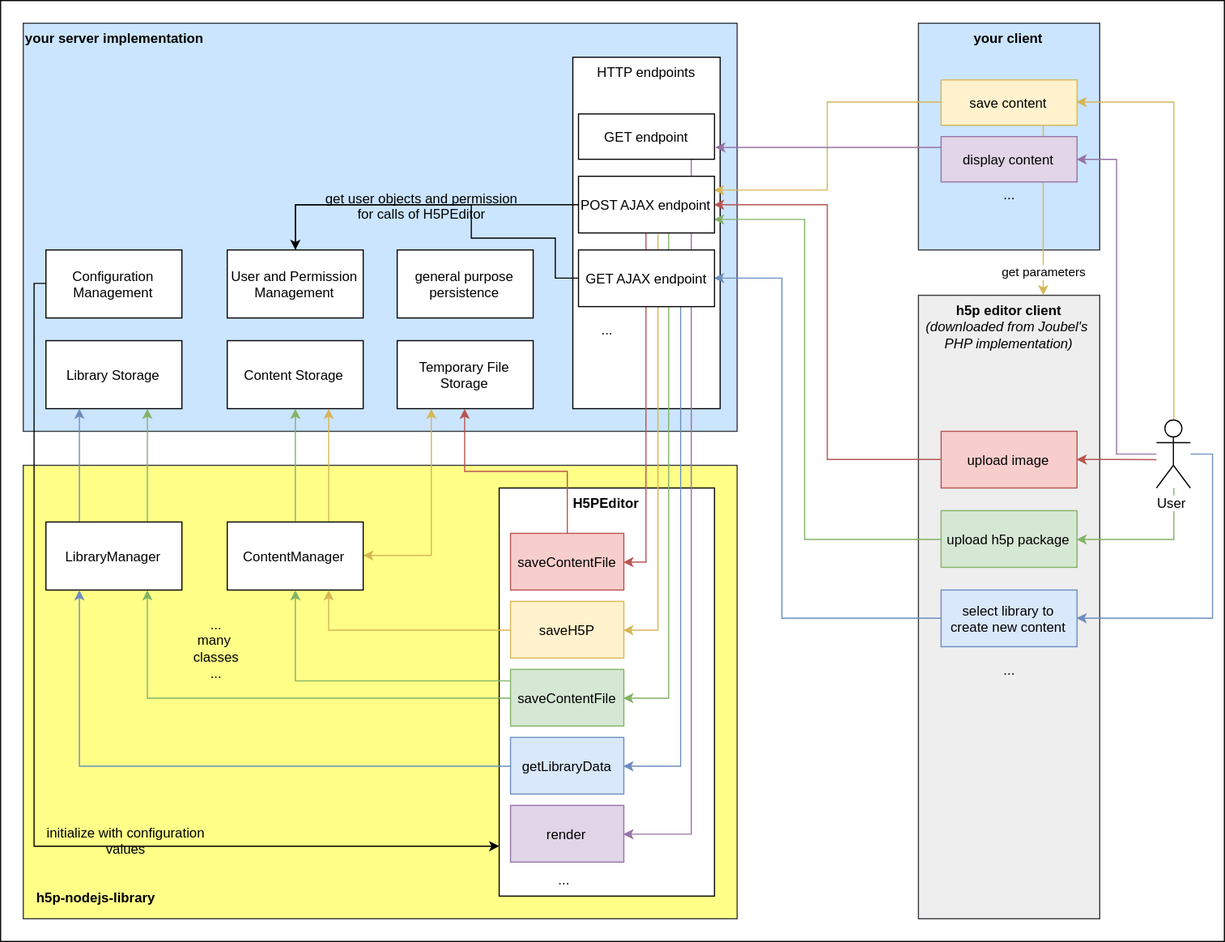
Before: docs/editor-architecture.svg, a diagram exported from draw.io (Lumieducation/H5P-Nodejs-library). Source tidied: cells renumbered, new cells last; positions are measured from the earlier drawing's top-left corner, leaving out a move shared by most shapes.
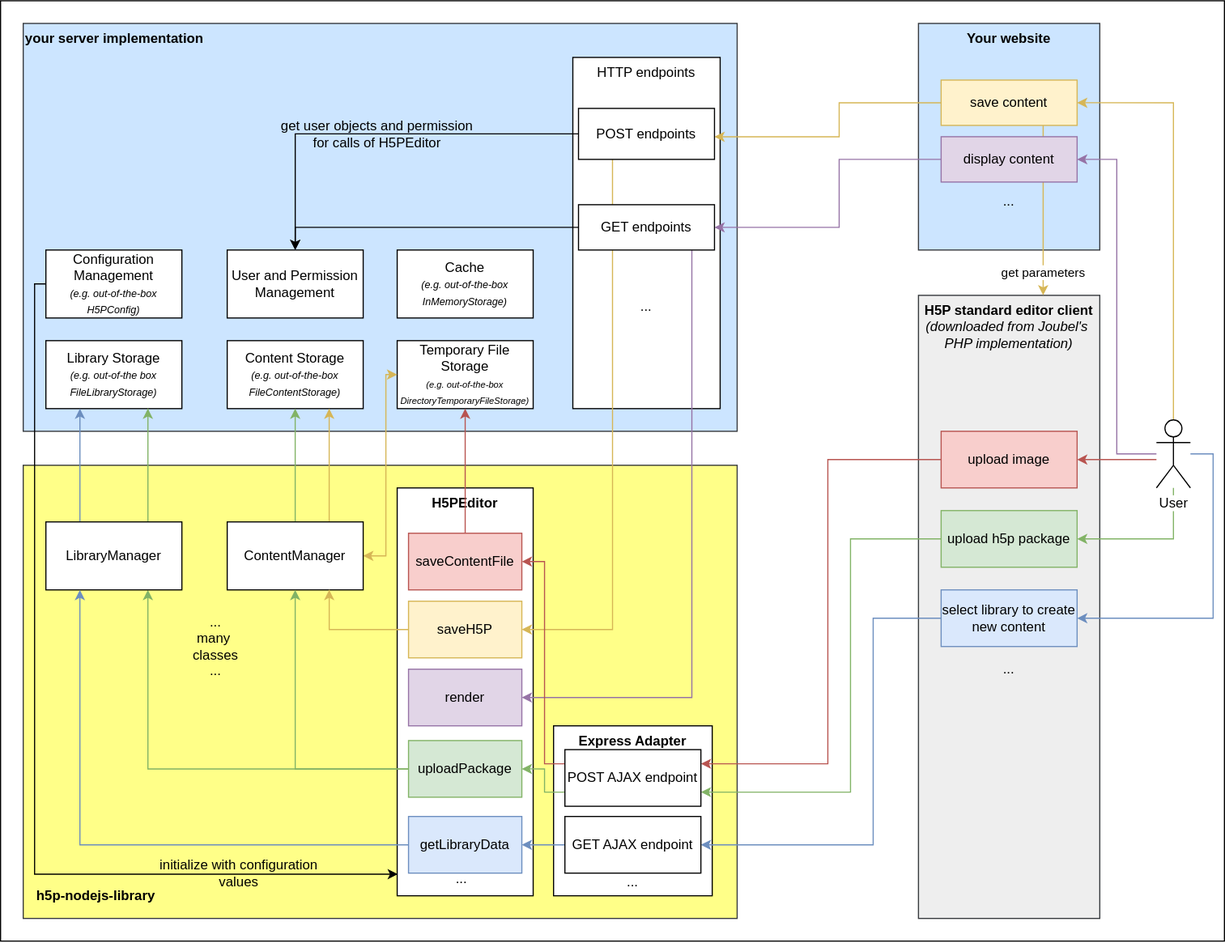
The same diagram one commit later.

The edit, as a diff of the source:
```diff
@@ -7,3 +7,9 @@
     </mxCell>
+    <mxCell id="5" style="rounded=0;whiteSpace=wrap;html=1;fillColor=#ffff88;strokeColor=#36393d;" parent="1" vertex="1">
+      <mxGeometry x="20" y="410" width="630" height="400" as="geometry" />
+    </mxCell>
+    <mxCell id="68" value="&lt;b&gt;Express Adapter&lt;/b&gt;" style="rounded=0;whiteSpace=wrap;html=1;align=center;verticalAlign=top;" parent="1" vertex="1">
+      <mxGeometry x="488" y="640" width="140" height="150" as="geometry" />
+    </mxCell>
-    <mxCell id="3" value="&lt;b&gt;h5p editor client&lt;/b&gt;&lt;br&gt;&lt;i&gt;(downloaded from Joubel's&amp;nbsp;&lt;br&gt;PHP implementation)&lt;/i&gt;" style="rounded=0;whiteSpace=wrap;html=1;align=center;verticalAlign=top;fillColor=#eeeeee;strokeColor=#36393d;" parent="1" vertex="1">
+    <mxCell id="3" value="&lt;b&gt;H5P standard editor client&lt;/b&gt;&lt;br&gt;&lt;i&gt;(downloaded from Joubel's&amp;nbsp;&lt;br&gt;PHP implementation)&lt;/i&gt;" style="rounded=0;whiteSpace=wrap;html=1;align=center;verticalAlign=top;fillColor=#eeeeee;strokeColor=#36393d;" parent="1" vertex="1">
       <mxGeometry x="810" y="260" width="160" height="550" as="geometry" />
@@ -13,5 +19,2 @@
     </mxCell>
-    <mxCell id="5" style="rounded=0;whiteSpace=wrap;html=1;fillColor=#ffff88;strokeColor=#36393d;" parent="1" vertex="1">
-      <mxGeometry x="20" y="410" width="630" height="400" as="geometry" />
-    </mxCell>
     <mxCell id="6" value="&lt;b&gt;h5p-nodejs-library&lt;/b&gt;" style="text;html=1;strokeColor=none;fillColor=none;align=left;verticalAlign=middle;whiteSpace=wrap;rounded=0;" parent="1" vertex="1">
@@ -19,12 +22,12 @@
     </mxCell>
-    <mxCell id="7" value="Library Storage" style="rounded=0;whiteSpace=wrap;html=1;" parent="1" vertex="1">
+    <mxCell id="7" value="Library Storage&lt;br&gt;&lt;i&gt;&lt;font style=&quot;font-size: 9px&quot;&gt;(e.g. out-of-the box FileLibraryStorage)&lt;/font&gt;&lt;/i&gt;" style="rounded=0;whiteSpace=wrap;html=1;" parent="1" vertex="1">
       <mxGeometry x="40" y="300" width="120" height="60" as="geometry" />
     </mxCell>
-    <mxCell id="8" value="Content Storage" style="rounded=0;whiteSpace=wrap;html=1;" parent="1" vertex="1">
+    <mxCell id="8" value="Content Storage&lt;br&gt;&lt;i&gt;&lt;font style=&quot;font-size: 9px&quot;&gt;(e.g. out-of-the-box FileContentStorage)&lt;/font&gt;&lt;/i&gt;" style="rounded=0;whiteSpace=wrap;html=1;" parent="1" vertex="1">
       <mxGeometry x="200" y="300" width="120" height="60" as="geometry" />
     </mxCell>
-    <mxCell id="9" value="Temporary File Storage" style="rounded=0;whiteSpace=wrap;html=1;" parent="1" vertex="1">
+    <mxCell id="9" value="Temporary File Storage &lt;br&gt;&lt;i&gt;&lt;font style=&quot;font-size: 8px&quot;&gt;(e.g. out-of-the-box DirectoryTemporaryFileStorage)&lt;/font&gt;&lt;/i&gt;" style="rounded=0;whiteSpace=wrap;html=1;" parent="1" vertex="1">
       <mxGeometry x="350" y="300" width="120" height="60" as="geometry" />
     </mxCell>
-    <mxCell id="10" style="edgeStyle=orthogonalEdgeStyle;rounded=0;jettySize=auto;html=1;entryX=-0.001;entryY=0.877;entryDx=0;entryDy=0;entryPerimeter=0;startArrow=none;startFill=0;" parent="1" edge="1" source="12" target="25">
+    <mxCell id="10" style="edgeStyle=orthogonalEdgeStyle;rounded=0;jettySize=auto;html=1;entryX=0.005;entryY=0.947;entryDx=0;entryDy=0;entryPerimeter=0;startArrow=none;startFill=0;" parent="1" edge="1" source="12" target="25">
       <mxGeometry relative="1" as="geometry">
@@ -32,3 +35,3 @@
           <mxPoint x="30" y="250" />
-          <mxPoint x="30" y="746" />
+          <mxPoint x="30" y="771" />
         </Array>
@@ -38,6 +41,6 @@
       <mxGeometry x="0.16" y="3" relative="1" as="geometry">
-        <mxPoint x="53" y="-3" as="offset" />
+        <mxPoint x="177" y="34" as="offset" />
       </mxGeometry>
     </mxCell>
-    <mxCell id="12" value="Configuration Management" style="rounded=0;whiteSpace=wrap;html=1;align=center;" parent="1" vertex="1">
+    <mxCell id="12" value="Configuration Management&lt;br&gt;&lt;font style=&quot;font-size: 9px&quot;&gt;&lt;i&gt;(e.g. out-of-the-box H5PConfig)&lt;/i&gt;&lt;/font&gt;" style="rounded=0;whiteSpace=wrap;html=1;align=center;" parent="1" vertex="1">
       <mxGeometry x="40" y="220" width="120" height="60" as="geometry" />
@@ -47,3 +50,3 @@
     </mxCell>
-    <mxCell id="14" value="general purpose persistence" style="rounded=0;whiteSpace=wrap;html=1;align=center;" parent="1" vertex="1">
+    <mxCell id="14" value="Cache&lt;br&gt;&lt;font style=&quot;font-size: 9px&quot;&gt;&lt;i&gt;(e.g. out-of-the-box InMemoryStorage)&lt;/i&gt;&lt;/font&gt;" style="rounded=0;whiteSpace=wrap;html=1;align=center;" parent="1" vertex="1">
       <mxGeometry x="350" y="220" width="120" height="60" as="geometry" />
@@ -53,3 +56,3 @@
     </mxCell>
-    <mxCell id="16" value="&lt;b&gt;your client&lt;/b&gt;" style="rounded=0;whiteSpace=wrap;html=1;align=center;verticalAlign=top;fillColor=#cce5ff;strokeColor=#36393d;" parent="1" vertex="1">
+    <mxCell id="16" value="&lt;b&gt;Your website&lt;/b&gt;" style="rounded=0;whiteSpace=wrap;html=1;align=center;verticalAlign=top;fillColor=#cce5ff;strokeColor=#36393d;" parent="1" vertex="1">
       <mxGeometry x="810" y="20" width="160" height="200" as="geometry" />
@@ -85,3 +88,3 @@
     </mxCell>
-    <mxCell id="23" style="edgeStyle=orthogonalEdgeStyle;rounded=0;jettySize=auto;html=1;exitX=0;exitY=0.5;exitDx=0;exitDy=0;fillColor=#f8cecc;strokeColor=#b85450;entryX=1;entryY=0.5;entryDx=0;entryDy=0;" parent="1" edge="1" source="24" target="61">
+    <mxCell id="23" style="edgeStyle=orthogonalEdgeStyle;rounded=0;jettySize=auto;html=1;exitX=0;exitY=0.5;exitDx=0;exitDy=0;fillColor=#f8cecc;strokeColor=#b85450;entryX=1;entryY=0.25;entryDx=0;entryDy=0;" parent="1" edge="1" source="24" target="72">
       <mxGeometry relative="1" as="geometry">
@@ -89,3 +92,3 @@
           <mxPoint x="730" y="405" />
-          <mxPoint x="730" y="180" />
+          <mxPoint x="730" y="673" />
         </Array>
@@ -97,3 +100,3 @@
     <mxCell id="25" value="&lt;b&gt;H5PEditor&lt;/b&gt;" style="rounded=0;whiteSpace=wrap;html=1;align=center;verticalAlign=top;" parent="1" vertex="1">
-      <mxGeometry x="440" y="430" width="190" height="360" as="geometry" />
+      <mxGeometry x="350" y="430" width="120" height="360" as="geometry" />
     </mxCell>
@@ -103,15 +106,8 @@
     <mxCell id="27" value="saveContentFile" style="rounded=0;whiteSpace=wrap;html=1;align=center;fillColor=#f8cecc;strokeColor=#b85450;" parent="1" vertex="1">
-      <mxGeometry x="450" y="470" width="100" height="50" as="geometry" />
+      <mxGeometry x="360" y="470" width="100" height="50" as="geometry" />
     </mxCell>
-    <mxCell id="28" style="edgeStyle=orthogonalEdgeStyle;rounded=0;jettySize=auto;html=1;entryX=1;entryY=0.5;entryDx=0;entryDy=0;fillColor=#f8cecc;strokeColor=#b85450;exitX=0.5;exitY=1;exitDx=0;exitDy=0;" parent="1" edge="1" source="61" target="27">
-      <mxGeometry relative="1" as="geometry">
-        <Array as="points">
-          <mxPoint x="570" y="495" />
-        </Array>
-      </mxGeometry>
-    </mxCell>
-    <mxCell id="29" style="edgeStyle=orthogonalEdgeStyle;rounded=0;jettySize=auto;html=1;exitX=0.582;exitY=1.016;exitDx=0;exitDy=0;entryX=1;entryY=0.5;entryDx=0;entryDy=0;fillColor=#fff2cc;strokeColor=#d6b656;exitPerimeter=0;" parent="1" edge="1" source="61" target="38">
+    <mxCell id="29" style="edgeStyle=orthogonalEdgeStyle;rounded=0;jettySize=auto;html=1;exitX=0.25;exitY=1;exitDx=0;exitDy=0;entryX=1;entryY=0.5;entryDx=0;entryDy=0;fillColor=#fff2cc;strokeColor=#d6b656;" parent="1" edge="1" source="61" target="38">
       <mxGeometry relative="1" as="geometry">
         <Array as="points">
-          <mxPoint x="580" y="555" />
+          <mxPoint x="540" y="555" />
         </Array>
@@ -119,9 +115,2 @@
     </mxCell>
-    <mxCell id="30" style="edgeStyle=orthogonalEdgeStyle;rounded=0;jettySize=auto;html=1;entryX=1;entryY=0.5;entryDx=0;entryDy=0;startArrow=none;startFill=0;fillColor=#d5e8d4;strokeColor=#82b366;" parent="1" edge="1" source="61" target="46">
-      <mxGeometry relative="1" as="geometry">
-        <Array as="points">
-          <mxPoint x="590" y="615" />
-        </Array>
-      </mxGeometry>
-    </mxCell>
     <mxCell id="31" style="edgeStyle=orthogonalEdgeStyle;rounded=0;jettySize=auto;html=1;startArrow=none;startFill=0;" parent="1" edge="1" source="61" target="13">
@@ -137,4 +126,9 @@
     </mxCell>
-    <mxCell id="34" style="edgeStyle=orthogonalEdgeStyle;rounded=0;jettySize=auto;html=1;entryX=0.25;entryY=1;entryDx=0;entryDy=0;fillColor=#fff2cc;strokeColor=#d6b656;startArrow=classic;startFill=1;" parent="1" edge="1" source="36" target="9">
-      <mxGeometry relative="1" as="geometry" />
+    <mxCell id="34" style="edgeStyle=orthogonalEdgeStyle;rounded=0;jettySize=auto;html=1;entryX=0;entryY=0.5;entryDx=0;entryDy=0;fillColor=#fff2cc;strokeColor=#d6b656;startArrow=classic;startFill=1;" parent="1" edge="1" source="36" target="9">
+      <mxGeometry relative="1" as="geometry">
+        <Array as="points">
+          <mxPoint x="340" y="490" />
+          <mxPoint x="340" y="330" />
+        </Array>
+      </mxGeometry>
     </mxCell>
@@ -156,6 +150,11 @@
     <mxCell id="38" value="saveH5P" style="rounded=0;whiteSpace=wrap;html=1;align=center;fillColor=#fff2cc;strokeColor=#d6b656;" parent="1" vertex="1">
-      <mxGeometry x="450" y="530" width="100" height="50" as="geometry" />
+      <mxGeometry x="360" y="530" width="100" height="50" as="geometry" />
     </mxCell>
-    <mxCell id="39" style="edgeStyle=orthogonalEdgeStyle;rounded=0;jettySize=auto;html=1;entryX=1;entryY=0.25;entryDx=0;entryDy=0;fillColor=#fff2cc;strokeColor=#d6b656;" parent="1" edge="1" source="41" target="61">
-      <mxGeometry relative="1" as="geometry" />
+    <mxCell id="39" style="edgeStyle=orthogonalEdgeStyle;rounded=0;jettySize=auto;html=1;fillColor=#fff2cc;strokeColor=#d6b656;" parent="1" edge="1" source="41" target="61">
+      <mxGeometry relative="1" as="geometry">
+        <Array as="points">
+          <mxPoint x="740" y="90" />
+          <mxPoint x="740" y="120" />
+        </Array>
+      </mxGeometry>
     </mxCell>
@@ -172,7 +171,7 @@
     </mxCell>
-    <mxCell id="42" style="edgeStyle=orthogonalEdgeStyle;rounded=0;jettySize=auto;html=1;entryX=1;entryY=0.75;entryDx=0;entryDy=0;startArrow=none;startFill=0;fillColor=#d5e8d4;strokeColor=#82b366;" parent="1" edge="1" source="43" target="61">
+    <mxCell id="42" style="edgeStyle=orthogonalEdgeStyle;rounded=0;jettySize=auto;html=1;entryX=1;entryY=0.75;entryDx=0;entryDy=0;startArrow=none;startFill=0;fillColor=#d5e8d4;strokeColor=#82b366;" parent="1" edge="1" source="43" target="72">
       <mxGeometry relative="1" as="geometry">
         <Array as="points">
-          <mxPoint x="710" y="475" />
-          <mxPoint x="710" y="193" />
+          <mxPoint x="750" y="475" />
+          <mxPoint x="750" y="698" />
         </Array>
@@ -186,6 +185,6 @@
     </mxCell>
-    <mxCell id="45" style="edgeStyle=orthogonalEdgeStyle;rounded=0;jettySize=auto;html=1;entryX=0.5;entryY=1;entryDx=0;entryDy=0;startArrow=none;startFill=0;fillColor=#d5e8d4;strokeColor=#82b366;" parent="1" edge="1" source="46" target="36">
+    <mxCell id="45" style="edgeStyle=orthogonalEdgeStyle;rounded=0;jettySize=auto;html=1;entryX=0.5;entryY=1;entryDx=0;entryDy=0;startArrow=none;startFill=0;fillColor=#d5e8d4;strokeColor=#82b366;exitX=0;exitY=0.5;exitDx=0;exitDy=0;" parent="1" edge="1" source="46" target="36">
       <mxGeometry relative="1" as="geometry">
         <Array as="points">
-          <mxPoint x="260" y="600" />
+          <mxPoint x="260" y="678" />
         </Array>
@@ -193,4 +192,4 @@
     </mxCell>
-    <mxCell id="46" value="saveContentFile" style="rounded=0;whiteSpace=wrap;html=1;align=center;fillColor=#d5e8d4;strokeColor=#82b366;" parent="1" vertex="1">
-      <mxGeometry x="450" y="590" width="100" height="50" as="geometry" />
+    <mxCell id="46" value="uploadPackage" style="rounded=0;whiteSpace=wrap;html=1;align=center;fillColor=#d5e8d4;strokeColor=#82b366;" parent="1" vertex="1">
+      <mxGeometry x="360" y="653" width="100" height="50" as="geometry" />
     </mxCell>
@@ -218,4 +217,4 @@
         <Array as="points">
-          <mxPoint x="690" y="545" />
-          <mxPoint x="690" y="245" />
+          <mxPoint x="770" y="545" />
+          <mxPoint x="770" y="745" />
         </Array>
@@ -226,9 +225,2 @@
     </mxCell>
-    <mxCell id="52" style="edgeStyle=orthogonalEdgeStyle;rounded=0;jettySize=auto;html=1;entryX=1;entryY=0.5;entryDx=0;entryDy=0;startArrow=none;startFill=0;fillColor=#dae8fc;strokeColor=#6c8ebf;" parent="1" edge="1" source="62" target="54">
-      <mxGeometry relative="1" as="geometry">
-        <Array as="points">
-          <mxPoint x="600" y="675" />
-        </Array>
-      </mxGeometry>
-    </mxCell>
     <mxCell id="53" style="edgeStyle=orthogonalEdgeStyle;rounded=0;jettySize=auto;html=1;entryX=0.25;entryY=1;entryDx=0;entryDy=0;startArrow=none;startFill=0;fillColor=#dae8fc;strokeColor=#6c8ebf;" parent="1" edge="1" source="54" target="49">
@@ -237,20 +229,9 @@
     <mxCell id="54" value="getLibraryData" style="rounded=0;whiteSpace=wrap;html=1;align=center;fillColor=#dae8fc;strokeColor=#6c8ebf;" parent="1" vertex="1">
-      <mxGeometry x="450" y="650" width="100" height="50" as="geometry" />
+      <mxGeometry x="360" y="720" width="100" height="50" as="geometry" />
     </mxCell>
-    <mxCell id="55" style="edgeStyle=orthogonalEdgeStyle;rounded=0;jettySize=auto;html=1;entryX=0;entryY=0.5;entryDx=0;entryDy=0;startArrow=none;startFill=0;endArrow=none;endFill=0;" parent="1" edge="1" source="13" target="62">
-      <mxGeometry relative="1" as="geometry">
-        <Array as="points">
-          <mxPoint x="260" y="180" />
-          <mxPoint x="415" y="180" />
-          <mxPoint x="415" y="210" />
-          <mxPoint x="490" y="210" />
-          <mxPoint x="490" y="245" />
-        </Array>
-      </mxGeometry>
-    </mxCell>
-    <mxCell id="56" style="edgeStyle=orthogonalEdgeStyle;rounded=0;jettySize=auto;html=1;entryX=1.001;entryY=0.732;entryDx=0;entryDy=0;startArrow=none;startFill=0;endArrow=classic;endFill=1;fillColor=#e1d5e7;strokeColor=#9673a6;entryPerimeter=0;" parent="1" edge="1" source="57" target="59">
+    <mxCell id="56" style="edgeStyle=orthogonalEdgeStyle;rounded=0;jettySize=auto;html=1;entryX=1;entryY=0.5;entryDx=0;entryDy=0;startArrow=none;startFill=0;endArrow=classic;endFill=1;fillColor=#e1d5e7;strokeColor=#9673a6;exitX=0;exitY=0.5;exitDx=0;exitDy=0;" parent="1" edge="1" source="57" target="59">
       <mxGeometry relative="1" as="geometry">
         <Array as="points">
-          <mxPoint x="780" y="129" />
-          <mxPoint x="780" y="129" />
+          <mxPoint x="740" y="140" />
+          <mxPoint x="740" y="200" />
         </Array>
@@ -264,3 +245,3 @@
         <Array as="points">
-          <mxPoint x="610" y="735" />
+          <mxPoint x="610" y="615" />
         </Array>
@@ -268,14 +249,14 @@
     </mxCell>
+    <mxCell id="69" style="edgeStyle=orthogonalEdgeStyle;rounded=0;jettySize=auto;html=1;exitX=0;exitY=0.5;exitDx=0;exitDy=0;entryX=0.5;entryY=0;entryDx=0;entryDy=0;" parent="1" edge="1" source="59" target="13">
+      <mxGeometry relative="1" as="geometry" />
+    </mxCell>
-    <mxCell id="59" value="GET endpoint" style="rounded=0;whiteSpace=wrap;html=1;align=center;" parent="1" vertex="1">
-      <mxGeometry x="510" y="100" width="120" height="40" as="geometry" />
+    <mxCell id="59" value="GET endpoints" style="rounded=0;whiteSpace=wrap;html=1;align=center;" parent="1" vertex="1">
+      <mxGeometry x="510" y="180" width="120" height="40" as="geometry" />
     </mxCell>
     <mxCell id="60" value="render" style="rounded=0;whiteSpace=wrap;html=1;align=center;fillColor=#e1d5e7;strokeColor=#9673a6;" parent="1" vertex="1">
-      <mxGeometry x="450" y="710" width="100" height="50" as="geometry" />
+      <mxGeometry x="360" y="590" width="100" height="50" as="geometry" />
     </mxCell>
-    <mxCell id="61" value="POST AJAX endpoint" style="rounded=0;whiteSpace=wrap;html=1;align=center;" parent="1" vertex="1">
-      <mxGeometry x="510" y="155" width="120" height="50" as="geometry" />
+    <mxCell id="61" value="POST endpoints" style="rounded=0;whiteSpace=wrap;html=1;align=center;" parent="1" vertex="1">
+      <mxGeometry x="510" y="95" width="120" height="45" as="geometry" />
     </mxCell>
-    <mxCell id="62" value="GET AJAX endpoint" style="rounded=0;whiteSpace=wrap;html=1;align=center;" parent="1" vertex="1">
-      <mxGeometry x="510" y="220" width="120" height="50" as="geometry" />
-    </mxCell>
     <mxCell id="63" value="..." style="text;html=1;strokeColor=none;fillColor=none;align=center;verticalAlign=middle;whiteSpace=wrap;rounded=0;" parent="1" vertex="1">
@@ -284,6 +265,6 @@
     <mxCell id="64" value="..." style="text;html=1;strokeColor=none;fillColor=none;align=center;verticalAlign=middle;whiteSpace=wrap;rounded=0;" parent="1" vertex="1">
-      <mxGeometry x="515" y="280" width="40" height="20" as="geometry" />
+      <mxGeometry x="550" y="260" width="40" height="20" as="geometry" />
     </mxCell>
     <mxCell id="65" value="..." style="text;html=1;strokeColor=none;fillColor=none;align=center;verticalAlign=middle;whiteSpace=wrap;rounded=0;" parent="1" vertex="1">
-      <mxGeometry x="477" y="765" width="40" height="20" as="geometry" />
+      <mxGeometry x="387" y="765" width="40" height="20" as="geometry" />
     </mxCell>
@@ -293,4 +274,32 @@
     <mxCell id="67" value="..." style="text;html=1;strokeColor=none;fillColor=none;align=center;verticalAlign=middle;whiteSpace=wrap;rounded=0;" parent="1" vertex="1">
-      <mxGeometry x="870" y="160" width="40" height="20" as="geometry" />
+      <mxGeometry x="870" y="167" width="40" height="20" as="geometry" />
     </mxCell>
+    <mxCell id="70" style="edgeStyle=orthogonalEdgeStyle;rounded=0;jettySize=auto;html=1;exitX=0;exitY=0.75;exitDx=0;exitDy=0;entryX=1;entryY=0.5;entryDx=0;entryDy=0;fillColor=#d5e8d4;strokeColor=#82b366;" parent="1" edge="1" source="72" target="46">
+      <mxGeometry relative="1" as="geometry">
+        <Array as="points">
+          <mxPoint x="480" y="698" />
+          <mxPoint x="480" y="678" />
+        </Array>
+      </mxGeometry>
+    </mxCell>
+    <mxCell id="71" style="edgeStyle=orthogonalEdgeStyle;rounded=0;jettySize=auto;html=1;exitX=0;exitY=0.25;exitDx=0;exitDy=0;entryX=1;entryY=0.5;entryDx=0;entryDy=0;fillColor=#f8cecc;strokeColor=#b85450;" parent="1" edge="1" source="72" target="27">
+      <mxGeometry relative="1" as="geometry">
+        <Array as="points">
+          <mxPoint x="480" y="673" />
+          <mxPoint x="480" y="495" />
+        </Array>
+      </mxGeometry>
+    </mxCell>
+    <mxCell id="72" value="POST AJAX endpoint" style="rounded=0;whiteSpace=wrap;html=1;" parent="1" vertex="1">
+      <mxGeometry x="498" y="661" width="120" height="50" as="geometry" />
+    </mxCell>
+    <mxCell id="52" style="edgeStyle=orthogonalEdgeStyle;rounded=0;jettySize=auto;html=1;exitX=0;exitY=0.5;exitDx=0;exitDy=0;entryX=1;entryY=0.5;entryDx=0;entryDy=0;fillColor=#dae8fc;strokeColor=#6c8ebf;" parent="1" edge="1" source="62" target="54">
+      <mxGeometry relative="1" as="geometry" />
+    </mxCell>
+    <mxCell id="62" value="GET AJAX endpoint" style="rounded=0;whiteSpace=wrap;html=1;" parent="1" vertex="1">
+      <mxGeometry x="498" y="720" width="120" height="50" as="geometry" />
+    </mxCell>
+    <mxCell id="73" value="..." style="text;html=1;strokeColor=none;fillColor=none;align=center;verticalAlign=middle;whiteSpace=wrap;rounded=0;" parent="1" vertex="1">
+      <mxGeometry x="538" y="768" width="40" height="20" as="geometry" />
+    </mxCell>
   </root>
```
